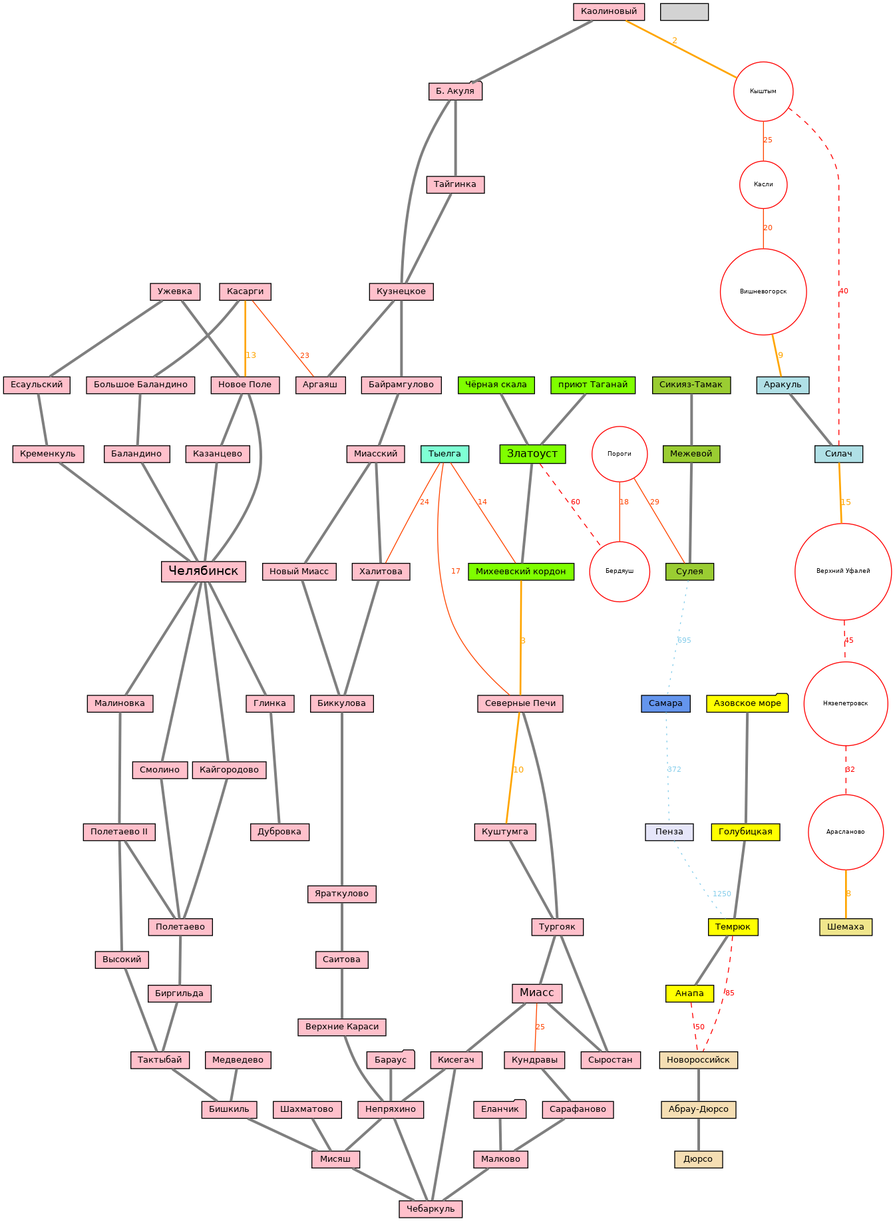
shoorick/bike-area keeps this Graphviz diagram as bike-area.dot.png. Above is the earlier version. Its source is kept beside it as bike-area.dot.
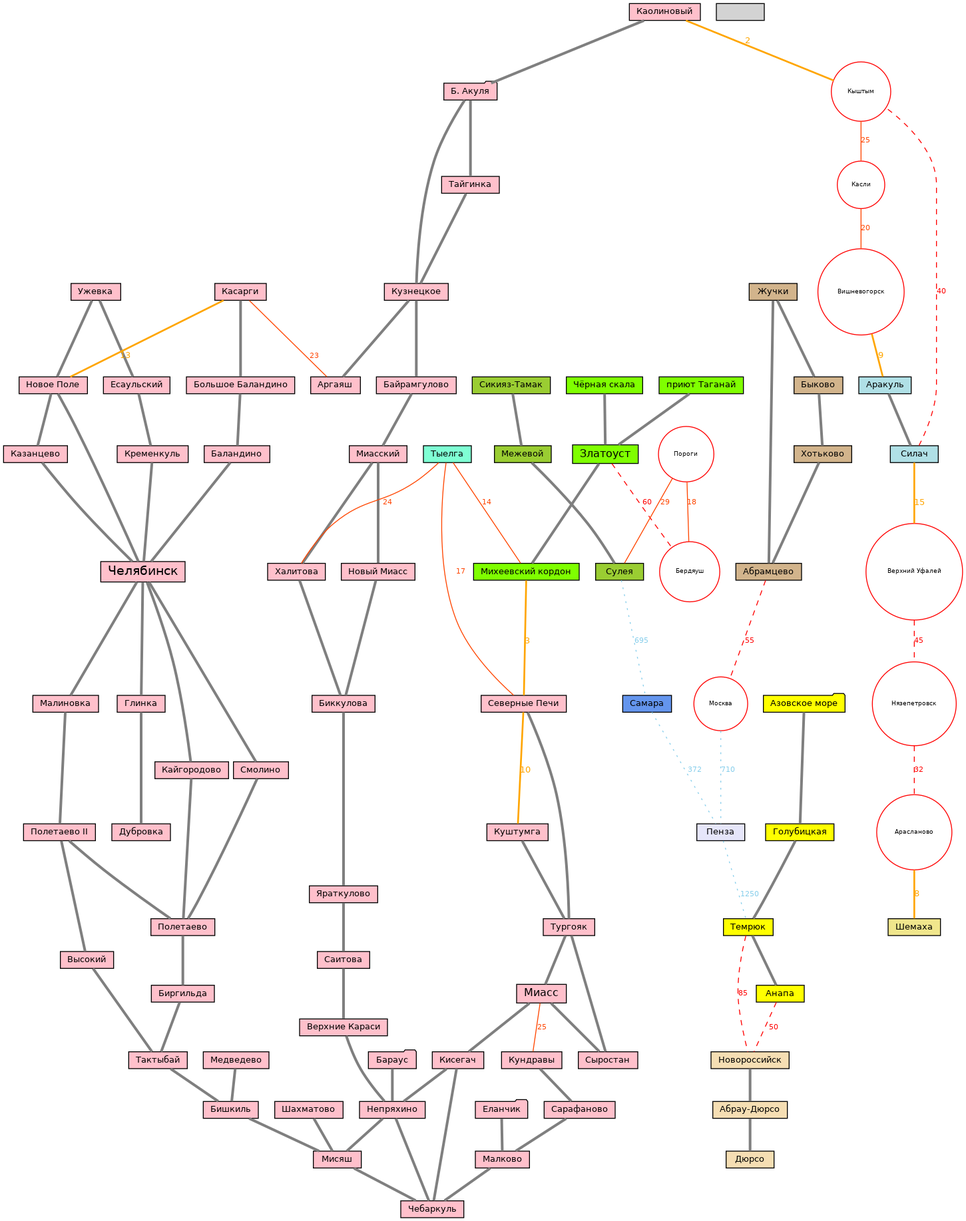
Above is the later version.

Commit message:
Add subgraph for Zhuchki

Diff of the diagram source:
```diff
@@ -91,10 +91,18 @@
         Тыелга
     }
 
+    subgraph zhuchki {
+        node [ fillcolor=tan ]
+
+        Жучки -- Абрамцево
+        Жучки -- Быково -- Хотьково -- Абрамцево
+    }
+
     subgraph failed_cities {
         node [ shape="circle",fillcolor="white",color="red",fontsize=7, height=0.1 ]
         Кыштым Касли Пороги Бердяуш Вишневогорск
         Арасланово Нязепетровск "Верхний Уфалей"
+        Москва
     }
 
     subgraph failed {
@@ -125,12 +133,14 @@
         Златоуст -- Бердяуш [ label=60 ]
         Нязепетровск -- Арасланово [ label=32 ]
         "Верхний Уфалей" -- Нязепетровск [ label=45 ]
+        Абрамцево -- Москва [ label=55 ]
         Темрюк -- Новороссийск [ label=85 ]
 
         edge [ color=plum, fontcolor=plum, style="dotted" ]
 
         edge [ color=skyblue, fontcolor=skyblue ]
         Самара -- Пенза [ label=372 ]
+        Москва -- Пенза [ label=710 ]
         Сулея -- Самара [ label=695 ]
         Пенза -- Темрюк [ label=1250 ]
     }
```
